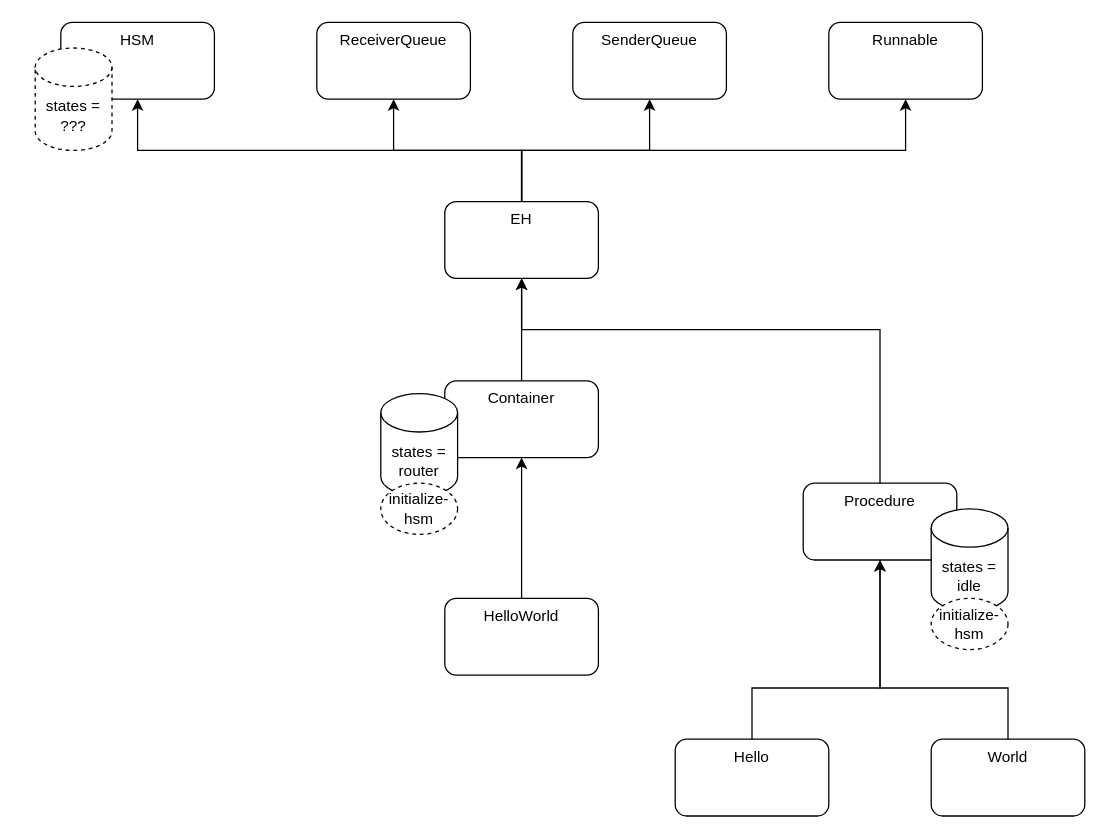
Before: lisp/classes.drawio in guitarvydas/eh, a draw.io diagram. Source tidied: cells renumbered, new cells numbered last; positions are measured from the earlier drawing's top-left corner, leaving out a move shared by most shapes. Both pictures are drawn from the tidied source at 128%, with x=0, y=0 at pixel (35, 22).
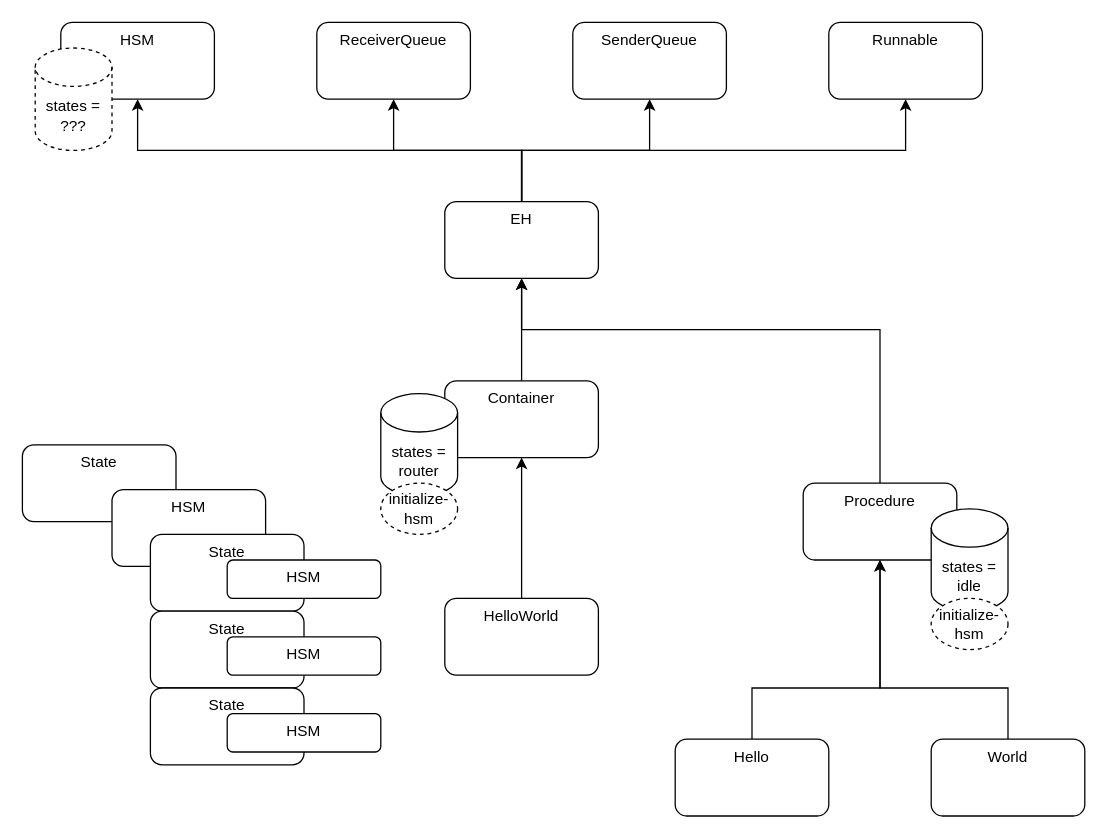
The same diagram, later.

Change to the diagram source:
```diff
@@
+    <mxCell id="26" value="State" style="rounded=1;whiteSpace=wrap;html=1;verticalAlign=top;" parent="1" vertex="1">
+      <mxGeometry x="-10" y="330" width="120" height="60" as="geometry" />
+    </mxCell>
+    <mxCell id="27" value="HSM" style="rounded=1;whiteSpace=wrap;html=1;verticalAlign=top;" parent="1" vertex="1">
+      <mxGeometry x="60" y="365" width="120" height="60" as="geometry" />
+    </mxCell>
+    <mxCell id="28" value="State" style="rounded=1;whiteSpace=wrap;html=1;verticalAlign=top;" parent="1" vertex="1">
+      <mxGeometry x="90" y="400" width="120" height="60" as="geometry" />
+    </mxCell>
+    <mxCell id="29" value="State" style="rounded=1;whiteSpace=wrap;html=1;verticalAlign=top;" parent="1" vertex="1">
+      <mxGeometry x="90" y="460" width="120" height="60" as="geometry" />
+    </mxCell>
+    <mxCell id="30" value="State" style="rounded=1;whiteSpace=wrap;html=1;verticalAlign=top;" parent="1" vertex="1">
+      <mxGeometry x="90" y="520" width="120" height="60" as="geometry" />
+    </mxCell>
+    <mxCell id="31" value="HSM" style="rounded=1;whiteSpace=wrap;html=1;verticalAlign=top;" parent="1" vertex="1">
+      <mxGeometry x="150" y="540" width="120" height="30" as="geometry" />
+    </mxCell>
+    <mxCell id="32" value="HSM" style="rounded=1;whiteSpace=wrap;html=1;verticalAlign=top;" parent="1" vertex="1">
+      <mxGeometry x="150" y="480" width="120" height="30" as="geometry" />
+    </mxCell>
+    <mxCell id="33" value="HSM" style="rounded=1;whiteSpace=wrap;html=1;verticalAlign=top;" parent="1" vertex="1">
+      <mxGeometry x="150" y="420" width="120" height="30" as="geometry" />
+    </mxCell>
```
